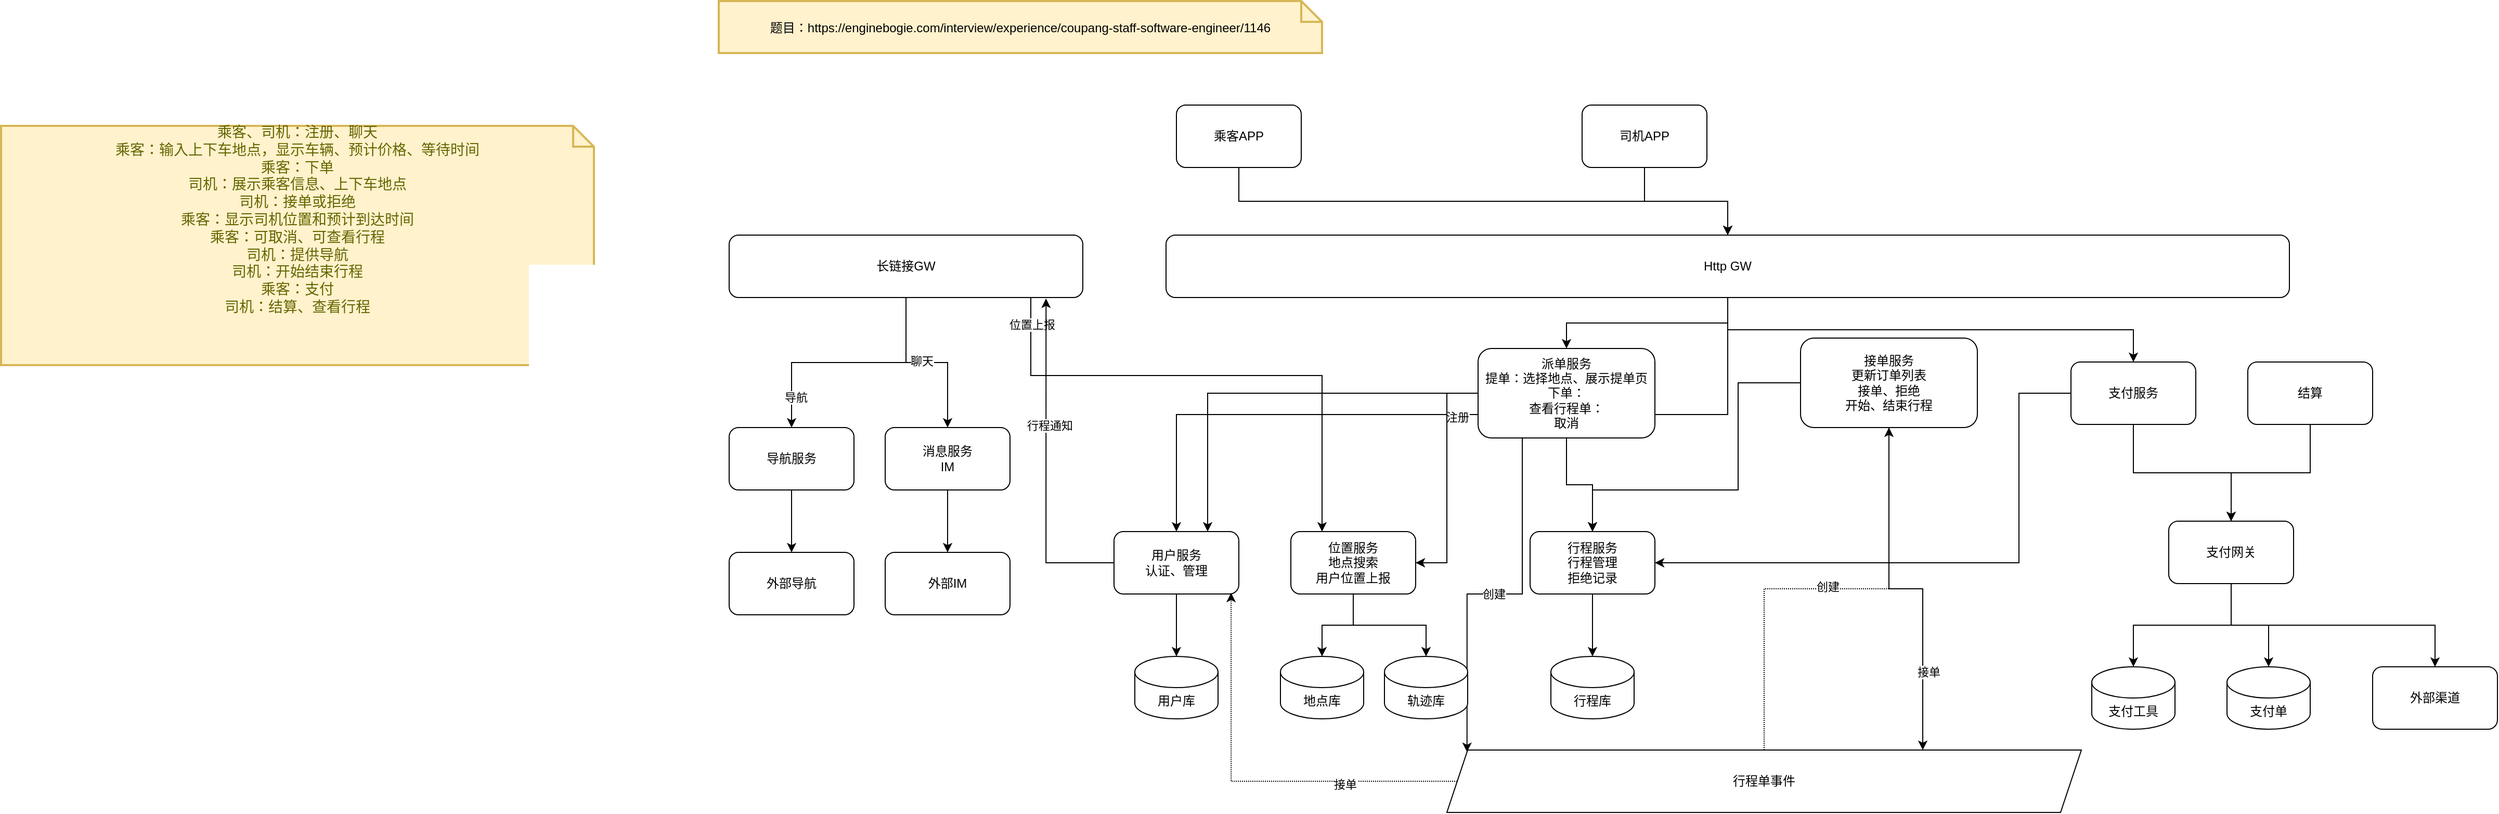
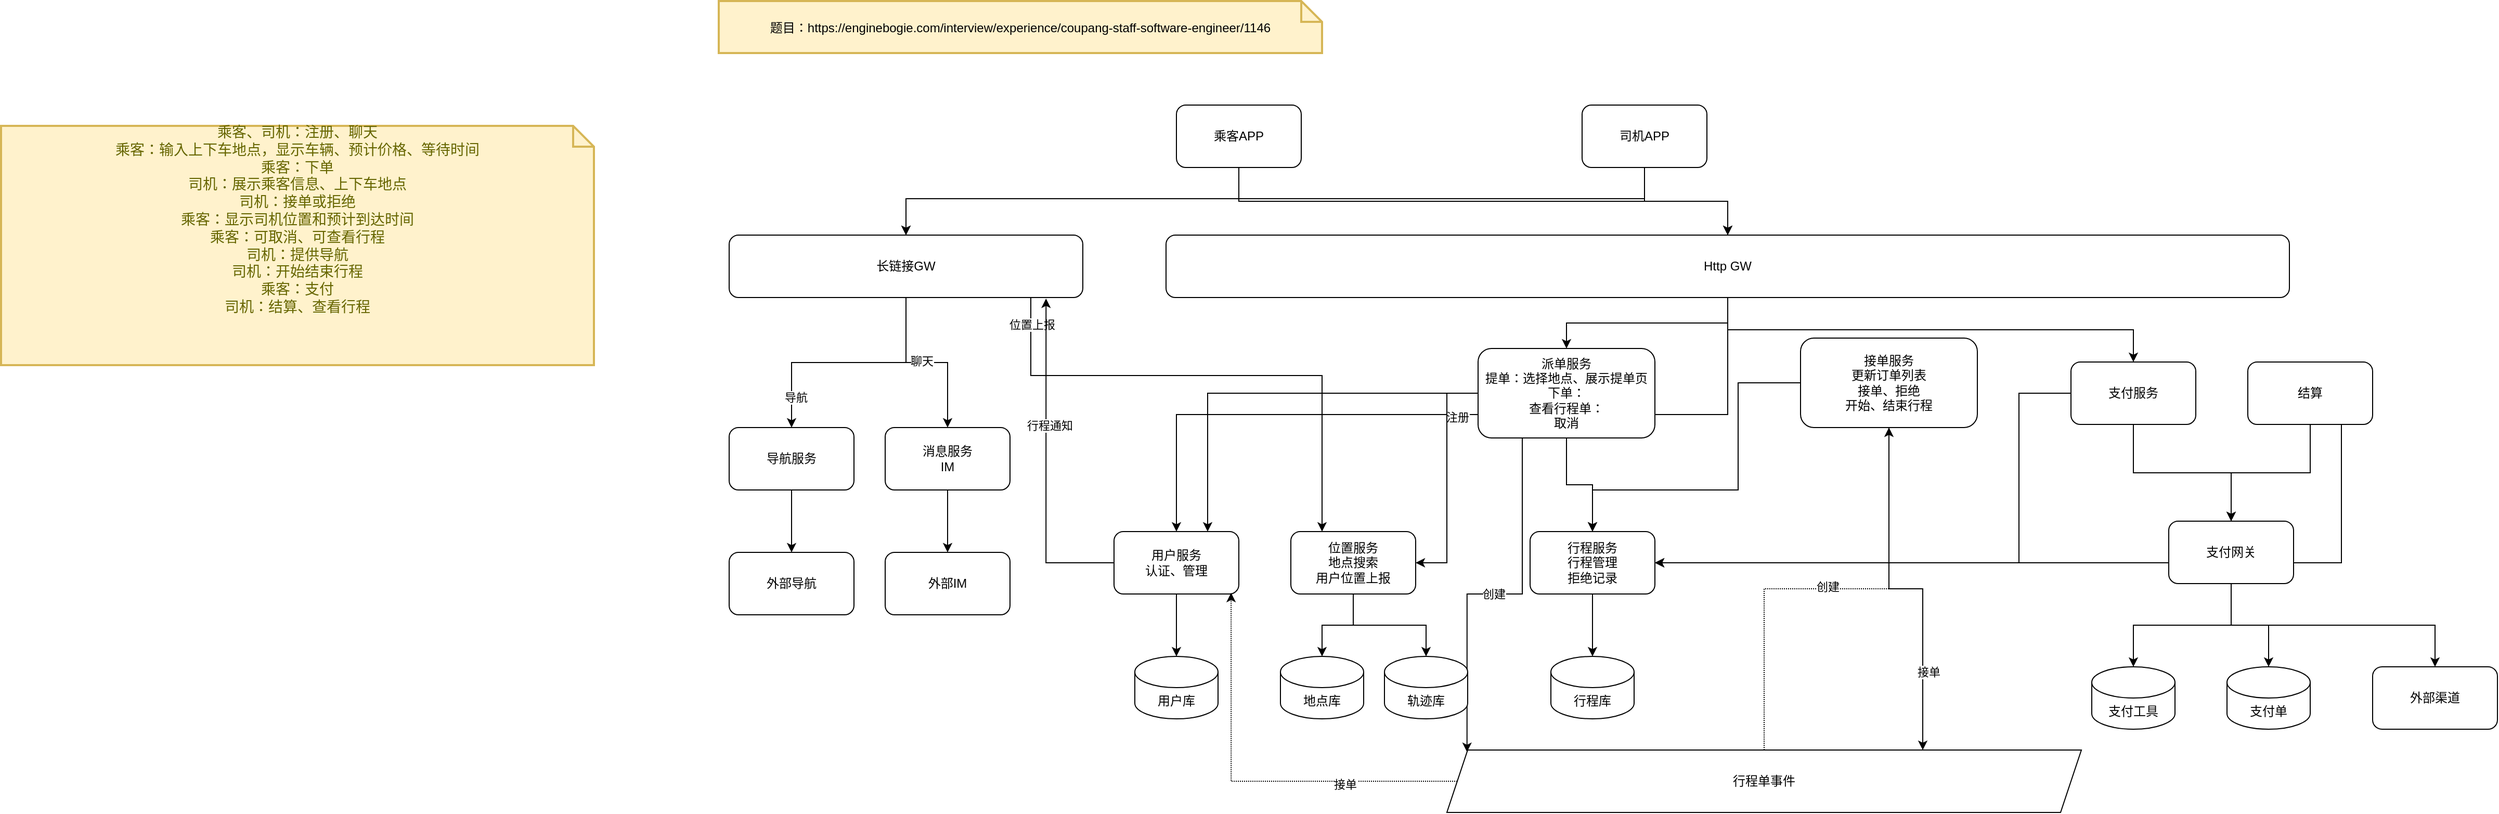
<mxfile host="app.diagrams.net" agent="Mozilla/5.0 (Windows NT 10.0; Win64; x64) AppleWebKit/537.36 (KHTML, like Gecko) draw.io/10.8.0 Chrome/73.0.3683.121 Electron/5.0.4 Safari/537.36">
  <diagram id="dw9DIYGoIQujjZgAUzOq" name="打车应用">
-     <mxGraphModel dx="2516" dy="724" grid="1" gridSize="10" guides="1" tooltips="1" connect="1" arrows="1" fold="1" page="1" pageScale="1" pageWidth="1169" pageHeight="827" math="0" shadow="0">
+     <mxGraphModel dx="3054" dy="1013" grid="1" gridSize="10" guides="1" tooltips="1" connect="1" arrows="1" fold="1" page="1" pageScale="1" pageWidth="1169" pageHeight="827" math="0" shadow="0">
      <root>
        <mxCell id="0" />
        <mxCell id="1" parent="0" />
        <mxCell id="qZWEmjuA36gEhOPuAmIH-36" parent="1" style="shape=note;strokeWidth=2;fontSize=14;size=20;whiteSpace=wrap;html=1;fillColor=#fff2cc;strokeColor=#d6b656;fontColor=#666600;" value="&lt;span style=&quot;color: rgb(0, 0, 0); font-size: 12px;&quot;&gt;题目：https://enginebogie.com/interview/experience/coupang-staff-software-engineer/1146&lt;/span&gt;" vertex="1">
          <mxGeometry height="50" width="580" x="240" y="20" as="geometry" />
        </mxCell>
        <mxCell id="qZWEmjuA36gEhOPuAmIH-51" edge="1" parent="1" source="qZWEmjuA36gEhOPuAmIH-41" style="edgeStyle=orthogonalEdgeStyle;rounded=0;orthogonalLoop=1;jettySize=auto;html=1;" target="qZWEmjuA36gEhOPuAmIH-50">
          <mxGeometry relative="1" as="geometry" />
        </mxCell>
        <mxCell id="qZWEmjuA36gEhOPuAmIH-52" connectable="0" parent="qZWEmjuA36gEhOPuAmIH-51" style="edgeLabel;html=1;align=center;verticalAlign=middle;resizable=0;points=[];" value="注册" vertex="1">
          <mxGeometry relative="1" x="-0.013" y="2" as="geometry">
            <mxPoint as="offset" />
          </mxGeometry>
        </mxCell>
        <mxCell id="qZWEmjuA36gEhOPuAmIH-65" edge="1" parent="1" source="qZWEmjuA36gEhOPuAmIH-41" style="edgeStyle=orthogonalEdgeStyle;rounded=0;orthogonalLoop=1;jettySize=auto;html=1;" target="qZWEmjuA36gEhOPuAmIH-64">
          <mxGeometry relative="1" as="geometry" />
        </mxCell>
        <mxCell id="qZWEmjuA36gEhOPuAmIH-108" edge="1" parent="1" source="qZWEmjuA36gEhOPuAmIH-41" style="edgeStyle=orthogonalEdgeStyle;rounded=0;orthogonalLoop=1;jettySize=auto;html=1;entryX=0.5;entryY=0;entryDx=0;entryDy=0;" target="qZWEmjuA36gEhOPuAmIH-106">
          <mxGeometry relative="1" as="geometry" />
        </mxCell>
        <mxCell id="qZWEmjuA36gEhOPuAmIH-41" parent="1" style="rounded=1;whiteSpace=wrap;html=1;" value="Http GW" vertex="1">
          <mxGeometry height="60" width="1080" x="670" y="245" as="geometry" />
        </mxCell>
        <mxCell id="qZWEmjuA36gEhOPuAmIH-48" edge="1" parent="1" source="qZWEmjuA36gEhOPuAmIH-42" style="edgeStyle=orthogonalEdgeStyle;rounded=0;orthogonalLoop=1;jettySize=auto;html=1;" target="qZWEmjuA36gEhOPuAmIH-41">
          <mxGeometry relative="1" as="geometry" />
        </mxCell>
+         <mxCell id="qZWEmjuA36gEhOPuAmIH-119" edge="1" parent="1" source="qZWEmjuA36gEhOPuAmIH-42" style="edgeStyle=orthogonalEdgeStyle;rounded=0;orthogonalLoop=1;jettySize=auto;html=1;" target="qZWEmjuA36gEhOPuAmIH-56">
+           <mxGeometry relative="1" as="geometry">
+             <Array as="points">
+               <mxPoint x="740" y="210" />
+               <mxPoint x="420" y="210" />
+             </Array>
+           </mxGeometry>
+         </mxCell>
        <mxCell id="qZWEmjuA36gEhOPuAmIH-42" parent="1" style="rounded=1;whiteSpace=wrap;html=1;" value="乘客APP" vertex="1">
          <mxGeometry height="60" width="120" x="680" y="120" as="geometry" />
        </mxCell>
        <mxCell id="qZWEmjuA36gEhOPuAmIH-49" edge="1" parent="1" source="qZWEmjuA36gEhOPuAmIH-43" style="edgeStyle=orthogonalEdgeStyle;rounded=0;orthogonalLoop=1;jettySize=auto;html=1;" target="qZWEmjuA36gEhOPuAmIH-41">
          <mxGeometry relative="1" as="geometry" />
+         </mxCell>
+         <mxCell id="qZWEmjuA36gEhOPuAmIH-120" edge="1" parent="1" source="qZWEmjuA36gEhOPuAmIH-43" style="edgeStyle=orthogonalEdgeStyle;rounded=0;orthogonalLoop=1;jettySize=auto;html=1;" target="qZWEmjuA36gEhOPuAmIH-56">
+           <mxGeometry relative="1" as="geometry">
+             <Array as="points">
+               <mxPoint x="1130" y="210" />
+               <mxPoint x="420" y="210" />
+             </Array>
+           </mxGeometry>
        </mxCell>
        <mxCell id="qZWEmjuA36gEhOPuAmIH-43" parent="1" style="rounded=1;whiteSpace=wrap;html=1;" value="司机APP" vertex="1">
          <mxGeometry height="60" width="120" x="1070" y="120" as="geometry" />
        </mxCell>
        <mxCell id="qZWEmjuA36gEhOPuAmIH-54" edge="1" parent="1" source="qZWEmjuA36gEhOPuAmIH-50" style="edgeStyle=orthogonalEdgeStyle;rounded=0;orthogonalLoop=1;jettySize=auto;html=1;" target="qZWEmjuA36gEhOPuAmIH-53">
          <mxGeometry relative="1" as="geometry" />
        </mxCell>
        <mxCell id="qZWEmjuA36gEhOPuAmIH-50" parent="1" style="rounded=1;whiteSpace=wrap;html=1;" value="用户服务&lt;div&gt;认证、管理&lt;/div&gt;" vertex="1">
          <mxGeometry height="60" width="120" x="620" y="530" as="geometry" />
        </mxCell>
        <mxCell id="qZWEmjuA36gEhOPuAmIH-53" parent="1" style="shape=cylinder3;whiteSpace=wrap;html=1;boundedLbl=1;backgroundOutline=1;size=15;" value="用户库" vertex="1">
          <mxGeometry height="60" width="80" x="640" y="650" as="geometry" />
        </mxCell>
        <mxCell id="qZWEmjuA36gEhOPuAmIH-55" parent="1" style="shape=note;strokeWidth=2;fontSize=14;size=20;whiteSpace=wrap;html=1;fillColor=#fff2cc;strokeColor=#d6b656;fontColor=#666600;" value="乘客、司机：注册、聊天&lt;div&gt;&lt;div&gt;乘客：输入上下车地点，&lt;span style=&quot;background-color: transparent; color: light-dark(rgb(102, 102, 0), rgb(162, 162, 74));&quot;&gt;显示车辆、预计价格、等待时间&lt;/span&gt;&lt;/div&gt;&lt;div&gt;&lt;span style=&quot;background-color: transparent; color: light-dark(rgb(102, 102, 0), rgb(162, 162, 74));&quot;&gt;乘客：下单&lt;/span&gt;&lt;/div&gt;&lt;div&gt;&lt;span style=&quot;background-color: transparent; color: light-dark(rgb(102, 102, 0), rgb(162, 162, 74));&quot;&gt;司机：展示乘客信息、上下车地点&lt;/span&gt;&lt;/div&gt;&lt;div&gt;&lt;span style=&quot;background-color: transparent; color: light-dark(rgb(102, 102, 0), rgb(162, 162, 74));&quot;&gt;司机：接单或拒绝&lt;/span&gt;&lt;/div&gt;&lt;div&gt;&lt;span style=&quot;background-color: transparent; color: light-dark(rgb(102, 102, 0), rgb(162, 162, 74));&quot;&gt;乘客：显示司机位置和预计到达时间&lt;/span&gt;&lt;/div&gt;&lt;div&gt;&lt;span style=&quot;background-color: transparent; color: light-dark(rgb(102, 102, 0), rgb(162, 162, 74));&quot;&gt;乘客：可取消、可查看行程&lt;/span&gt;&lt;/div&gt;&lt;div&gt;&lt;span style=&quot;background-color: transparent; color: light-dark(rgb(102, 102, 0), rgb(162, 162, 74));&quot;&gt;司机：提供导航&lt;/span&gt;&lt;/div&gt;&lt;div&gt;&lt;span style=&quot;background-color: transparent; color: light-dark(rgb(102, 102, 0), rgb(162, 162, 74));&quot;&gt;司机：开始结束行程&lt;/span&gt;&lt;/div&gt;&lt;div&gt;&lt;span style=&quot;background-color: transparent; color: light-dark(rgb(102, 102, 0), rgb(162, 162, 74));&quot;&gt;乘客：支付&lt;/span&gt;&lt;/div&gt;&lt;div&gt;&lt;span style=&quot;background-color: transparent; color: light-dark(rgb(102, 102, 0), rgb(162, 162, 74));&quot;&gt;司机：结算、查看行程&lt;/span&gt;&lt;/div&gt;&lt;div&gt;&lt;span style=&quot;background-color: transparent; color: light-dark(rgb(102, 102, 0), rgb(162, 162, 74));&quot;&gt;&lt;br&gt;&lt;/span&gt;&lt;/div&gt;&lt;div&gt;&lt;span style=&quot;background-color: transparent; color: light-dark(rgb(102, 102, 0), rgb(162, 162, 74));&quot;&gt;&lt;br&gt;&lt;/span&gt;&lt;/div&gt;&lt;div&gt;&lt;br&gt;&lt;/div&gt;&lt;/div&gt;" vertex="1">
          <mxGeometry height="230" width="570" x="-450" y="140" as="geometry" />
        </mxCell>
        <mxCell id="qZWEmjuA36gEhOPuAmIH-60" edge="1" parent="1" source="qZWEmjuA36gEhOPuAmIH-56" style="edgeStyle=orthogonalEdgeStyle;rounded=0;orthogonalLoop=1;jettySize=auto;html=1;" target="qZWEmjuA36gEhOPuAmIH-59">
          <mxGeometry relative="1" as="geometry" />
        </mxCell>
        <mxCell id="qZWEmjuA36gEhOPuAmIH-63" connectable="0" parent="qZWEmjuA36gEhOPuAmIH-60" style="edgeLabel;html=1;align=center;verticalAlign=middle;resizable=0;points=[];" value="聊天" vertex="1">
          <mxGeometry relative="1" x="-0.0621" y="2" as="geometry">
            <mxPoint as="offset" />
          </mxGeometry>
        </mxCell>
        <mxCell id="qZWEmjuA36gEhOPuAmIH-100" edge="1" parent="1" source="qZWEmjuA36gEhOPuAmIH-56" style="edgeStyle=orthogonalEdgeStyle;rounded=0;orthogonalLoop=1;jettySize=auto;html=1;exitX=0.75;exitY=1;exitDx=0;exitDy=0;entryX=0.25;entryY=0;entryDx=0;entryDy=0;" target="qZWEmjuA36gEhOPuAmIH-68">
          <mxGeometry relative="1" as="geometry">
            <Array as="points">
              <mxPoint x="540" y="380" />
              <mxPoint x="820" y="380" />
            </Array>
          </mxGeometry>
        </mxCell>
        <mxCell id="qZWEmjuA36gEhOPuAmIH-101" connectable="0" parent="qZWEmjuA36gEhOPuAmIH-100" style="edgeLabel;html=1;align=center;verticalAlign=middle;resizable=0;points=[];" value="位置上报" vertex="1">
          <mxGeometry relative="1" x="-0.7735" y="1" as="geometry">
            <mxPoint as="offset" />
          </mxGeometry>
        </mxCell>
        <mxCell id="qZWEmjuA36gEhOPuAmIH-102" edge="1" parent="1" source="qZWEmjuA36gEhOPuAmIH-56" style="edgeStyle=orthogonalEdgeStyle;rounded=0;orthogonalLoop=1;jettySize=auto;html=1;" target="qZWEmjuA36gEhOPuAmIH-99">
          <mxGeometry relative="1" as="geometry" />
        </mxCell>
        <mxCell id="qZWEmjuA36gEhOPuAmIH-103" connectable="0" parent="qZWEmjuA36gEhOPuAmIH-102" style="edgeLabel;html=1;align=center;verticalAlign=middle;resizable=0;points=[];" value="导航" vertex="1">
          <mxGeometry relative="1" x="0.7552" y="4" as="geometry">
            <mxPoint as="offset" />
          </mxGeometry>
        </mxCell>
        <mxCell id="qZWEmjuA36gEhOPuAmIH-56" parent="1" style="rounded=1;whiteSpace=wrap;html=1;" value="长链接GW" vertex="1">
          <mxGeometry height="60" width="340" x="250" y="245" as="geometry" />
        </mxCell>
        <mxCell id="qZWEmjuA36gEhOPuAmIH-62" edge="1" parent="1" source="qZWEmjuA36gEhOPuAmIH-59" style="edgeStyle=orthogonalEdgeStyle;rounded=0;orthogonalLoop=1;jettySize=auto;html=1;" target="qZWEmjuA36gEhOPuAmIH-61">
          <mxGeometry relative="1" as="geometry" />
        </mxCell>
        <mxCell id="qZWEmjuA36gEhOPuAmIH-59" parent="1" style="rounded=1;whiteSpace=wrap;html=1;" value="消息服务&lt;div&gt;IM&lt;/div&gt;" vertex="1">
          <mxGeometry height="60" width="120" x="400" y="430" as="geometry" />
        </mxCell>
        <mxCell id="qZWEmjuA36gEhOPuAmIH-61" parent="1" style="rounded=1;whiteSpace=wrap;html=1;" value="外部IM" vertex="1">
          <mxGeometry height="60" width="120" x="400" y="550" as="geometry" />
        </mxCell>
        <mxCell id="qZWEmjuA36gEhOPuAmIH-72" edge="1" parent="1" source="qZWEmjuA36gEhOPuAmIH-64" style="edgeStyle=orthogonalEdgeStyle;rounded=0;orthogonalLoop=1;jettySize=auto;html=1;entryX=1;entryY=0.5;entryDx=0;entryDy=0;" target="qZWEmjuA36gEhOPuAmIH-68">
          <mxGeometry relative="1" as="geometry" />
        </mxCell>
        <mxCell id="qZWEmjuA36gEhOPuAmIH-73" edge="1" parent="1" source="qZWEmjuA36gEhOPuAmIH-64" style="edgeStyle=orthogonalEdgeStyle;rounded=0;orthogonalLoop=1;jettySize=auto;html=1;entryX=0.75;entryY=0;entryDx=0;entryDy=0;" target="qZWEmjuA36gEhOPuAmIH-50">
          <mxGeometry relative="1" as="geometry" />
        </mxCell>
        <mxCell id="qZWEmjuA36gEhOPuAmIH-77" edge="1" parent="1" source="qZWEmjuA36gEhOPuAmIH-64" style="edgeStyle=orthogonalEdgeStyle;rounded=0;orthogonalLoop=1;jettySize=auto;html=1;" target="qZWEmjuA36gEhOPuAmIH-74">
          <mxGeometry relative="1" as="geometry" />
        </mxCell>
        <mxCell id="qZWEmjuA36gEhOPuAmIH-86" edge="1" parent="1" source="qZWEmjuA36gEhOPuAmIH-64" style="edgeStyle=orthogonalEdgeStyle;rounded=0;orthogonalLoop=1;jettySize=auto;html=1;exitX=0.25;exitY=1;exitDx=0;exitDy=0;entryX=0;entryY=0;entryDx=0;entryDy=0;" target="qZWEmjuA36gEhOPuAmIH-84">
          <mxGeometry relative="1" as="geometry" />
        </mxCell>
        <mxCell id="qZWEmjuA36gEhOPuAmIH-87" connectable="0" parent="qZWEmjuA36gEhOPuAmIH-86" style="edgeLabel;html=1;align=center;verticalAlign=middle;resizable=0;points=[];" value="创建" vertex="1">
          <mxGeometry relative="1" x="0.0003" as="geometry">
            <mxPoint as="offset" />
          </mxGeometry>
        </mxCell>
        <mxCell id="qZWEmjuA36gEhOPuAmIH-64" parent="1" style="rounded=1;whiteSpace=wrap;html=1;" value="派单服务&lt;div&gt;提单：选择地点、展示提单页&lt;/div&gt;&lt;div&gt;下单：&lt;/div&gt;&lt;div&gt;查看行程单：&lt;/div&gt;&lt;div&gt;取消&lt;/div&gt;" vertex="1">
          <mxGeometry height="86" width="170" x="970" y="354" as="geometry" />
        </mxCell>
        <mxCell id="qZWEmjuA36gEhOPuAmIH-67" edge="1" parent="1" source="qZWEmjuA36gEhOPuAmIH-68" style="edgeStyle=orthogonalEdgeStyle;rounded=0;orthogonalLoop=1;jettySize=auto;html=1;" target="qZWEmjuA36gEhOPuAmIH-69">
          <mxGeometry relative="1" as="geometry" />
        </mxCell>
        <mxCell id="qZWEmjuA36gEhOPuAmIH-71" edge="1" parent="1" source="qZWEmjuA36gEhOPuAmIH-68" style="edgeStyle=orthogonalEdgeStyle;rounded=0;orthogonalLoop=1;jettySize=auto;html=1;" target="qZWEmjuA36gEhOPuAmIH-70">
          <mxGeometry relative="1" as="geometry" />
        </mxCell>
        <mxCell id="qZWEmjuA36gEhOPuAmIH-68" parent="1" style="rounded=1;whiteSpace=wrap;html=1;" value="位置服务&lt;div&gt;地点搜索&lt;/div&gt;&lt;div&gt;用户位置上报&lt;/div&gt;" vertex="1">
          <mxGeometry height="60" width="120" x="790" y="530" as="geometry" />
        </mxCell>
        <mxCell id="qZWEmjuA36gEhOPuAmIH-69" parent="1" style="shape=cylinder3;whiteSpace=wrap;html=1;boundedLbl=1;backgroundOutline=1;size=15;" value="轨迹库" vertex="1">
          <mxGeometry height="60" width="80" x="880" y="650" as="geometry" />
        </mxCell>
        <mxCell id="qZWEmjuA36gEhOPuAmIH-70" parent="1" style="shape=cylinder3;whiteSpace=wrap;html=1;boundedLbl=1;backgroundOutline=1;size=15;" value="地点库" vertex="1">
          <mxGeometry height="60" width="80" x="780" y="650" as="geometry" />
        </mxCell>
        <mxCell id="qZWEmjuA36gEhOPuAmIH-76" edge="1" parent="1" source="qZWEmjuA36gEhOPuAmIH-74" style="edgeStyle=orthogonalEdgeStyle;rounded=0;orthogonalLoop=1;jettySize=auto;html=1;" target="qZWEmjuA36gEhOPuAmIH-75">
          <mxGeometry relative="1" as="geometry" />
        </mxCell>
        <mxCell id="qZWEmjuA36gEhOPuAmIH-74" parent="1" style="rounded=1;whiteSpace=wrap;html=1;" value="行程服务&lt;div&gt;行程管理&lt;/div&gt;&lt;div&gt;拒绝记录&lt;/div&gt;" vertex="1">
          <mxGeometry height="60" width="120" x="1020" y="530" as="geometry" />
        </mxCell>
        <mxCell id="qZWEmjuA36gEhOPuAmIH-75" parent="1" style="shape=cylinder3;whiteSpace=wrap;html=1;boundedLbl=1;backgroundOutline=1;size=15;" value="行程库" vertex="1">
          <mxGeometry height="60" width="80" x="1040" y="650" as="geometry" />
        </mxCell>
        <mxCell id="qZWEmjuA36gEhOPuAmIH-83" edge="1" parent="1" source="qZWEmjuA36gEhOPuAmIH-78" style="edgeStyle=orthogonalEdgeStyle;rounded=0;orthogonalLoop=1;jettySize=auto;html=1;" target="qZWEmjuA36gEhOPuAmIH-74">
          <mxGeometry relative="1" as="geometry">
            <Array as="points">
              <mxPoint x="1220" y="387" />
              <mxPoint x="1220" y="490" />
              <mxPoint x="1080" y="490" />
            </Array>
          </mxGeometry>
        </mxCell>
        <mxCell id="qZWEmjuA36gEhOPuAmIH-91" edge="1" parent="1" source="qZWEmjuA36gEhOPuAmIH-78" style="edgeStyle=orthogonalEdgeStyle;rounded=0;orthogonalLoop=1;jettySize=auto;html=1;entryX=0.75;entryY=0;entryDx=0;entryDy=0;" target="qZWEmjuA36gEhOPuAmIH-84">
          <mxGeometry relative="1" as="geometry" />
        </mxCell>
        <mxCell id="qZWEmjuA36gEhOPuAmIH-92" connectable="0" parent="qZWEmjuA36gEhOPuAmIH-91" style="edgeLabel;html=1;align=center;verticalAlign=middle;resizable=0;points=[];" value="接单" vertex="1">
          <mxGeometry relative="1" x="0.5623" y="5" as="geometry">
            <mxPoint as="offset" />
          </mxGeometry>
        </mxCell>
        <mxCell id="qZWEmjuA36gEhOPuAmIH-78" parent="1" style="rounded=1;whiteSpace=wrap;html=1;" value="接单服务&lt;div&gt;更新订单列表&lt;/div&gt;&lt;div&gt;接单、拒绝&lt;/div&gt;&lt;div&gt;开始、结束行程&lt;/div&gt;" vertex="1">
          <mxGeometry height="86" width="170" x="1280" y="344" as="geometry" />
        </mxCell>
        <mxCell id="qZWEmjuA36gEhOPuAmIH-88" edge="1" parent="1" source="qZWEmjuA36gEhOPuAmIH-84" style="edgeStyle=orthogonalEdgeStyle;rounded=0;orthogonalLoop=1;jettySize=auto;html=1;dashed=1;dashPattern=1 1;" target="qZWEmjuA36gEhOPuAmIH-78">
          <mxGeometry relative="1" as="geometry" />
        </mxCell>
        <mxCell id="qZWEmjuA36gEhOPuAmIH-89" connectable="0" parent="qZWEmjuA36gEhOPuAmIH-88" style="edgeLabel;html=1;align=center;verticalAlign=middle;resizable=0;points=[];" value="创建" vertex="1">
          <mxGeometry relative="1" x="0.0024" y="2" as="geometry">
            <mxPoint as="offset" />
          </mxGeometry>
        </mxCell>
        <mxCell id="qZWEmjuA36gEhOPuAmIH-84" parent="1" style="shape=parallelogram;perimeter=parallelogramPerimeter;whiteSpace=wrap;html=1;fixedSize=1;" value="行程单事件" vertex="1">
          <mxGeometry height="60" width="610" x="940" y="740" as="geometry" />
        </mxCell>
        <mxCell id="qZWEmjuA36gEhOPuAmIH-95" edge="1" parent="1" source="qZWEmjuA36gEhOPuAmIH-84" style="edgeStyle=orthogonalEdgeStyle;rounded=0;orthogonalLoop=1;jettySize=auto;html=1;entryX=0.938;entryY=0.981;entryDx=0;entryDy=0;entryPerimeter=0;dashed=1;dashPattern=1 1;" target="qZWEmjuA36gEhOPuAmIH-50">
          <mxGeometry relative="1" as="geometry" />
        </mxCell>
        <mxCell id="qZWEmjuA36gEhOPuAmIH-96" connectable="0" parent="qZWEmjuA36gEhOPuAmIH-95" style="edgeLabel;html=1;align=center;verticalAlign=middle;resizable=0;points=[];" value="接单" vertex="1">
          <mxGeometry relative="1" x="-0.4585" y="3" as="geometry">
            <mxPoint as="offset" />
          </mxGeometry>
        </mxCell>
        <mxCell id="qZWEmjuA36gEhOPuAmIH-97" edge="1" parent="1" source="qZWEmjuA36gEhOPuAmIH-50" style="edgeStyle=orthogonalEdgeStyle;rounded=0;orthogonalLoop=1;jettySize=auto;html=1;entryX=0.896;entryY=1.017;entryDx=0;entryDy=0;entryPerimeter=0;" target="qZWEmjuA36gEhOPuAmIH-56">
          <mxGeometry relative="1" as="geometry" />
        </mxCell>
        <mxCell id="qZWEmjuA36gEhOPuAmIH-98" connectable="0" parent="qZWEmjuA36gEhOPuAmIH-97" style="edgeLabel;html=1;align=center;verticalAlign=middle;resizable=0;points=[];" value="行程通知" vertex="1">
          <mxGeometry relative="1" x="0.2376" y="-3" as="geometry">
            <mxPoint as="offset" />
          </mxGeometry>
        </mxCell>
        <mxCell id="qZWEmjuA36gEhOPuAmIH-105" edge="1" parent="1" source="qZWEmjuA36gEhOPuAmIH-99" style="edgeStyle=orthogonalEdgeStyle;rounded=0;orthogonalLoop=1;jettySize=auto;html=1;" target="qZWEmjuA36gEhOPuAmIH-104">
          <mxGeometry relative="1" as="geometry" />
        </mxCell>
        <mxCell id="qZWEmjuA36gEhOPuAmIH-99" parent="1" style="rounded=1;whiteSpace=wrap;html=1;" value="导航服务" vertex="1">
          <mxGeometry height="60" width="120" x="250" y="430" as="geometry" />
        </mxCell>
        <mxCell id="qZWEmjuA36gEhOPuAmIH-104" parent="1" style="rounded=1;whiteSpace=wrap;html=1;" value="外部导航" vertex="1">
          <mxGeometry height="60" width="120" x="250" y="550" as="geometry" />
        </mxCell>
        <mxCell id="qZWEmjuA36gEhOPuAmIH-107" edge="1" parent="1" source="qZWEmjuA36gEhOPuAmIH-106" style="edgeStyle=orthogonalEdgeStyle;rounded=0;orthogonalLoop=1;jettySize=auto;html=1;entryX=1;entryY=0.5;entryDx=0;entryDy=0;" target="qZWEmjuA36gEhOPuAmIH-74">
          <mxGeometry relative="1" as="geometry">
            <Array as="points">
              <mxPoint x="1490" y="397" />
              <mxPoint x="1490" y="560" />
            </Array>
          </mxGeometry>
        </mxCell>
        <mxCell id="qZWEmjuA36gEhOPuAmIH-114" edge="1" parent="1" source="qZWEmjuA36gEhOPuAmIH-106" style="edgeStyle=orthogonalEdgeStyle;rounded=0;orthogonalLoop=1;jettySize=auto;html=1;" target="qZWEmjuA36gEhOPuAmIH-110">
          <mxGeometry relative="1" as="geometry" />
        </mxCell>
        <mxCell id="qZWEmjuA36gEhOPuAmIH-106" parent="1" style="rounded=1;whiteSpace=wrap;html=1;" value="支付服务" vertex="1">
          <mxGeometry height="60" width="120" x="1540" y="367" as="geometry" />
        </mxCell>
        <mxCell id="qZWEmjuA36gEhOPuAmIH-115" edge="1" parent="1" source="qZWEmjuA36gEhOPuAmIH-109" style="edgeStyle=orthogonalEdgeStyle;rounded=0;orthogonalLoop=1;jettySize=auto;html=1;" target="qZWEmjuA36gEhOPuAmIH-110">
          <mxGeometry relative="1" as="geometry" />
+         </mxCell>
+         <mxCell id="qZWEmjuA36gEhOPuAmIH-121" edge="1" parent="1" source="qZWEmjuA36gEhOPuAmIH-109" style="edgeStyle=orthogonalEdgeStyle;rounded=0;orthogonalLoop=1;jettySize=auto;html=1;entryX=1;entryY=0.5;entryDx=0;entryDy=0;" target="qZWEmjuA36gEhOPuAmIH-74">
+           <mxGeometry relative="1" as="geometry">
+             <Array as="points">
+               <mxPoint x="1800" y="560" />
+             </Array>
+           </mxGeometry>
        </mxCell>
        <mxCell id="qZWEmjuA36gEhOPuAmIH-109" parent="1" style="rounded=1;whiteSpace=wrap;html=1;" value="结算" vertex="1">
          <mxGeometry height="60" width="120" x="1710" y="367" as="geometry" />
        </mxCell>
        <mxCell id="qZWEmjuA36gEhOPuAmIH-116" edge="1" parent="1" source="qZWEmjuA36gEhOPuAmIH-110" style="edgeStyle=orthogonalEdgeStyle;rounded=0;orthogonalLoop=1;jettySize=auto;html=1;" target="qZWEmjuA36gEhOPuAmIH-113">
          <mxGeometry relative="1" as="geometry" />
        </mxCell>
        <mxCell id="qZWEmjuA36gEhOPuAmIH-117" edge="1" parent="1" source="qZWEmjuA36gEhOPuAmIH-110" style="edgeStyle=orthogonalEdgeStyle;rounded=0;orthogonalLoop=1;jettySize=auto;html=1;" target="qZWEmjuA36gEhOPuAmIH-112">
          <mxGeometry relative="1" as="geometry" />
        </mxCell>
        <mxCell id="qZWEmjuA36gEhOPuAmIH-118" edge="1" parent="1" source="qZWEmjuA36gEhOPuAmIH-110" style="edgeStyle=orthogonalEdgeStyle;rounded=0;orthogonalLoop=1;jettySize=auto;html=1;" target="qZWEmjuA36gEhOPuAmIH-111">
          <mxGeometry relative="1" as="geometry">
            <Array as="points">
              <mxPoint x="1694" y="620" />
              <mxPoint x="1890" y="620" />
            </Array>
          </mxGeometry>
        </mxCell>
        <mxCell id="qZWEmjuA36gEhOPuAmIH-110" parent="1" style="rounded=1;whiteSpace=wrap;html=1;" value="支付网关" vertex="1">
          <mxGeometry height="60" width="120" x="1634" y="520" as="geometry" />
        </mxCell>
        <mxCell id="qZWEmjuA36gEhOPuAmIH-111" parent="1" style="rounded=1;whiteSpace=wrap;html=1;" value="外部渠道" vertex="1">
          <mxGeometry height="60" width="120" x="1830" y="660" as="geometry" />
        </mxCell>
        <mxCell id="qZWEmjuA36gEhOPuAmIH-112" parent="1" style="shape=cylinder3;whiteSpace=wrap;html=1;boundedLbl=1;backgroundOutline=1;size=15;" value="支付单" vertex="1">
          <mxGeometry height="60" width="80" x="1690" y="660" as="geometry" />
        </mxCell>
        <mxCell id="qZWEmjuA36gEhOPuAmIH-113" parent="1" style="shape=cylinder3;whiteSpace=wrap;html=1;boundedLbl=1;backgroundOutline=1;size=15;" value="支付工具" vertex="1">
          <mxGeometry height="60" width="80" x="1560" y="660" as="geometry" />
        </mxCell>
      </root>
    </mxGraphModel>
  </diagram>
</mxfile>
